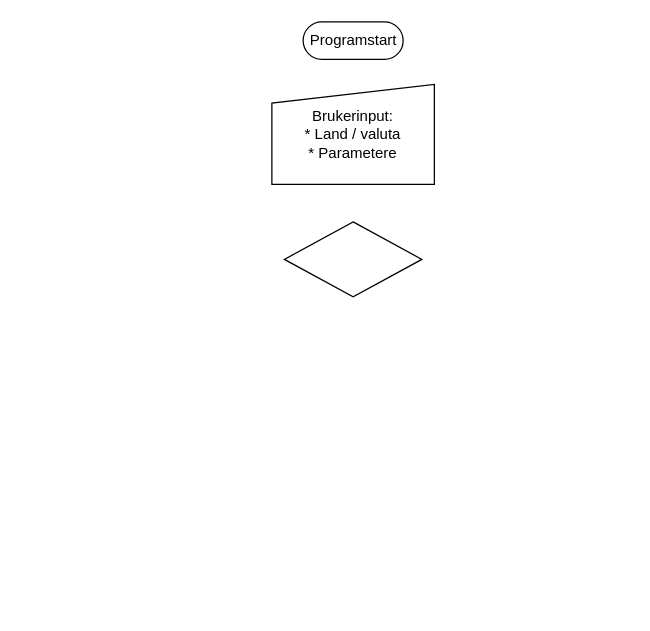
The draw.io diagram Flytskjema 2.0.drawio in patootey/api_oppgave, before the edit. Source tidied: cells renumbered, new cells numbered last; positions are measured from the earlier drawing's top-left corner, leaving out a move shared by most shapes. Both pictures are drawn from the tidied source at 125%, with x=0, y=0 at pixel (271, 21).
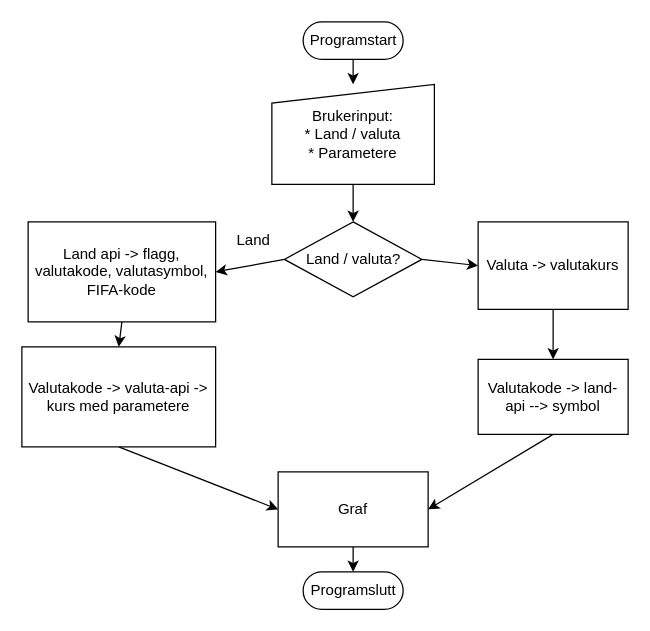
The same page after the edit.

Unchanged cells that the change refers to:
```xml
<mxCell id="2" value="Programstart" style="html=1;dashed=0;whitespace=wrap;shape=mxgraph.dfd.start;" parent="1" vertex="1">
  <mxGeometry x="25" width="80" height="30" as="geometry" />
</mxCell>
<mxCell id="3" value="Brukerinput:&lt;br&gt;* Land / valuta&lt;br&gt;* Parametere" style="shape=manualInput;whiteSpace=wrap;html=1;dashed=0;size=15;" parent="1" vertex="1">
  <mxGeometry y="50" width="130" height="80" as="geometry" />
</mxCell>
```

Diff of the diagram source:
```diff
@@
+    <mxCell id="5" style="edgeStyle=none;html=1;exitX=1;exitY=0.5;exitDx=0;exitDy=0;entryX=0;entryY=0.5;entryDx=0;entryDy=0;" parent="1" edge="1" source="4" target="18">
+      <mxGeometry relative="1" as="geometry" />
+    </mxCell>
-    <mxCell id="4" style="shape=rhombus;html=1;dashed=0;whitespace=wrap;perimeter=rhombusPerimeter;" parent="1" vertex="1">
+    <mxCell id="4" value="Land / valuta?" style="shape=rhombus;html=1;dashed=0;whitespace=wrap;perimeter=rhombusPerimeter;" parent="1" vertex="1">
       <mxGeometry x="10" y="160" width="110" height="60" as="geometry" />
     </mxCell>
+    <mxCell id="6" style="edgeStyle=none;html=1;exitX=0.5;exitY=1;exitDx=0;exitDy=0;entryX=0.5;entryY=0;entryDx=0;entryDy=0;" parent="1" edge="1" source="7" target="9">
+      <mxGeometry relative="1" as="geometry" />
+    </mxCell>
+    <mxCell id="7" value="Land api -&amp;gt; flagg, valutakode, valutasymbol, FIFA-kode" style="whiteSpace=wrap;html=1;" parent="1" vertex="1">
+      <mxGeometry x="-195" y="160" width="150" height="80" as="geometry" />
+    </mxCell>
+    <mxCell id="8" style="edgeStyle=none;html=1;exitX=0.5;exitY=1;exitDx=0;exitDy=0;entryX=0;entryY=0.5;entryDx=0;entryDy=0;" parent="1" edge="1" source="9" target="15">
+      <mxGeometry relative="1" as="geometry" />
+    </mxCell>
+    <mxCell id="9" value="Valutakode -&amp;gt; valuta-api -&amp;gt; kurs med parametere" style="whiteSpace=wrap;html=1;" parent="1" vertex="1">
+      <mxGeometry x="-200" y="260" width="155" height="80" as="geometry" />
+    </mxCell>
+    <mxCell id="10" style="edgeStyle=none;jettySize=auto;html=1;exitX=0.5;exitY=0.5;exitDx=0;exitDy=15;exitPerimeter=0;entryX=0.5;entryY=0;entryDx=0;entryDy=0;" parent="1" edge="1" source="2" target="3">
+      <mxGeometry relative="1" as="geometry" />
+    </mxCell>
+    <mxCell id="11" style="edgeStyle=none;jettySize=auto;html=1;exitX=0.5;exitY=1;exitDx=0;exitDy=0;entryX=0.5;entryY=0;entryDx=0;entryDy=0;" parent="1" edge="1" source="3" target="4">
+      <mxGeometry relative="1" as="geometry" />
+    </mxCell>
+    <mxCell id="12" style="edgeStyle=none;jettySize=auto;html=1;exitX=0;exitY=0.5;exitDx=0;exitDy=0;entryX=1;entryY=0.5;entryDx=0;entryDy=0;" parent="1" edge="1" source="4" target="7">
+      <mxGeometry relative="1" as="geometry" />
+    </mxCell>
+    <mxCell id="13" value="Land" style="text;html=1;align=center;verticalAlign=middle;strokeColor=none;fillColor=none;" parent="1" vertex="1">
+      <mxGeometry x="-40" y="160" width="50" height="30" as="geometry" />
+    </mxCell>
+    <mxCell id="14" style="edgeStyle=none;html=1;exitX=0.5;exitY=1;exitDx=0;exitDy=0;entryX=0.5;entryY=0.5;entryDx=0;entryDy=-15;entryPerimeter=0;" parent="1" edge="1" source="15" target="16">
+      <mxGeometry relative="1" as="geometry" />
+    </mxCell>
+    <mxCell id="15" value="Graf" style="whiteSpace=wrap;html=1;" parent="1" vertex="1">
+      <mxGeometry x="5" y="360" width="120" height="60" as="geometry" />
+    </mxCell>
+    <mxCell id="16" value="Programslutt" style="html=1;dashed=0;whitespace=wrap;shape=mxgraph.dfd.start;" parent="1" vertex="1">
+      <mxGeometry x="25" y="440" width="80" height="30" as="geometry" />
+    </mxCell>
+    <mxCell id="17" style="edgeStyle=none;html=1;exitX=0.5;exitY=1;exitDx=0;exitDy=0;entryX=0.5;entryY=0;entryDx=0;entryDy=0;" parent="1" edge="1" source="18" target="20">
+      <mxGeometry relative="1" as="geometry" />
+    </mxCell>
+    <mxCell id="18" value="Valuta -&amp;gt; valutakurs" style="whiteSpace=wrap;html=1;" parent="1" vertex="1">
+      <mxGeometry x="165" y="160" width="120" height="70" as="geometry" />
+    </mxCell>
+    <mxCell id="19" style="edgeStyle=none;html=1;exitX=0.5;exitY=1;exitDx=0;exitDy=0;entryX=1;entryY=0.5;entryDx=0;entryDy=0;" parent="1" edge="1" source="20" target="15">
+      <mxGeometry relative="1" as="geometry" />
+    </mxCell>
+    <mxCell id="20" value="Valutakode -&amp;gt; land-api --&amp;gt; symbol" style="whiteSpace=wrap;html=1;" parent="1" vertex="1">
+      <mxGeometry x="165" y="270" width="120" height="60" as="geometry" />
+    </mxCell>
```
